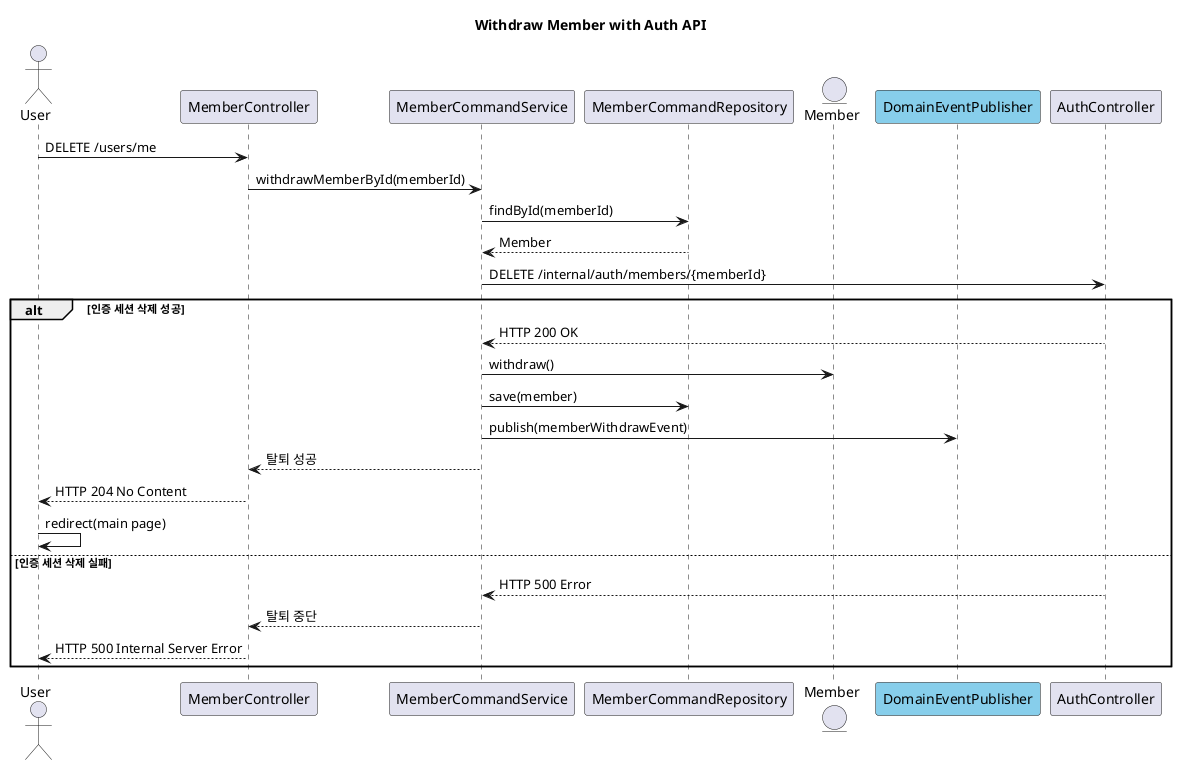
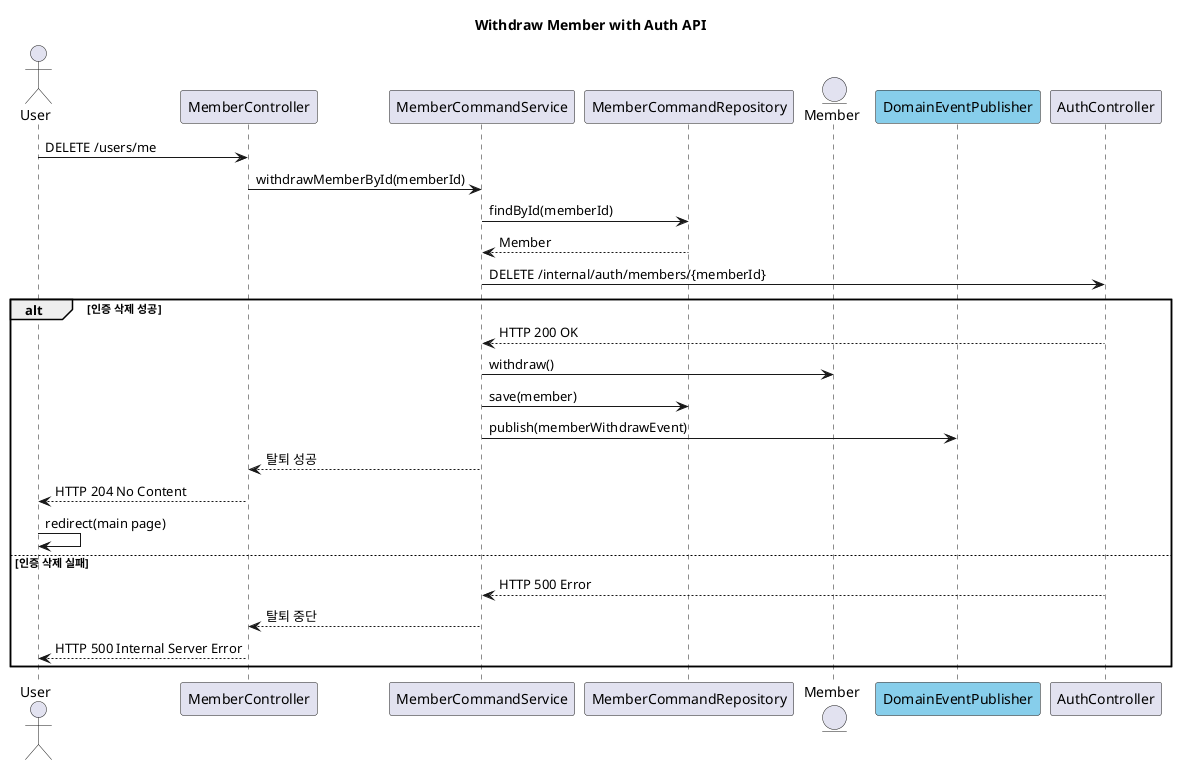
@startuml
title Withdraw Member with Auth API

actor User
participant MemberController
participant MemberCommandService
participant MemberCommandRepository
entity Member
participant DomainEventPublisher #skyblue
participant AuthController

User -> MemberController : DELETE /users/me
MemberController -> MemberCommandService : withdrawMemberById(memberId)

MemberCommandService -> MemberCommandRepository : findById(memberId)
MemberCommandRepository --> MemberCommandService : Member

' 인증 세션 무효화를 위해 AuthController에 요청
MemberCommandService -> AuthController : DELETE /internal/auth/members/{memberId}

- alt 인증 세션 삭제 성공
+ alt 인증 삭제 성공
AuthController --> MemberCommandService : HTTP 200 OK
MemberCommandService -> Member : withdraw()
MemberCommandService -> MemberCommandRepository : save(member)
MemberCommandService -> DomainEventPublisher : publish(memberWithdrawEvent)
MemberCommandService --> MemberController : 탈퇴 성공

MemberController --> User : HTTP 204 No Content
User -> User : redirect(main page)

- else 인증 세션 삭제 실패
+ else 인증 삭제 실패
AuthController --> MemberCommandService : HTTP 500 Error
MemberCommandService --> MemberController : 탈퇴 중단
MemberController --> User : HTTP 500 Internal Server Error

end
@enduml